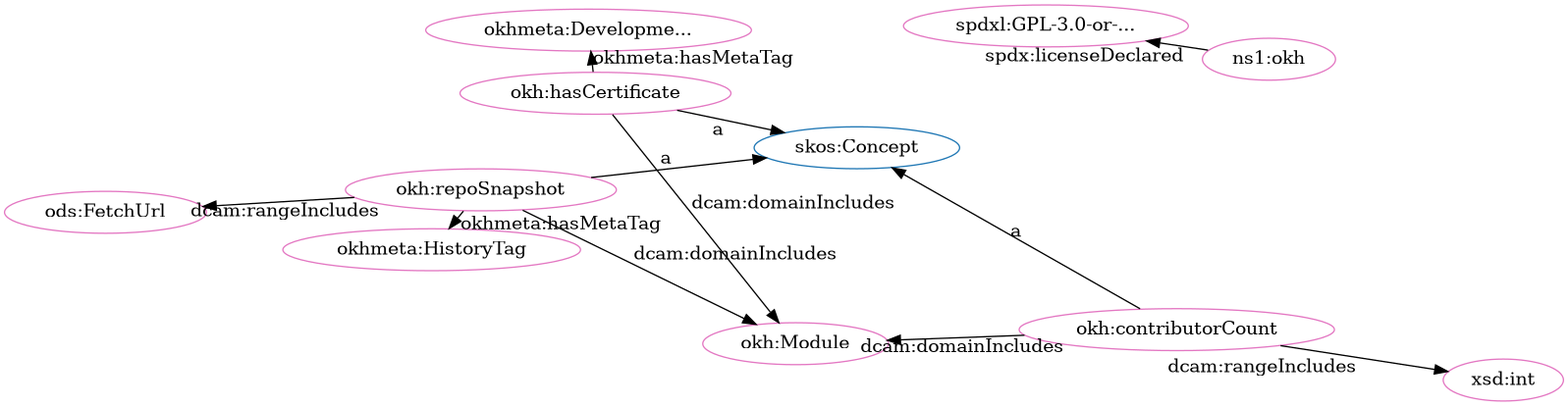
Before: src/spec/dot_okh_proposed-clean.png, a diagram exported from Graphviz (iop-alliance/OpenKnowHow). Its source is kept beside it as src/spec/dot_okh_proposed-clean.dot.
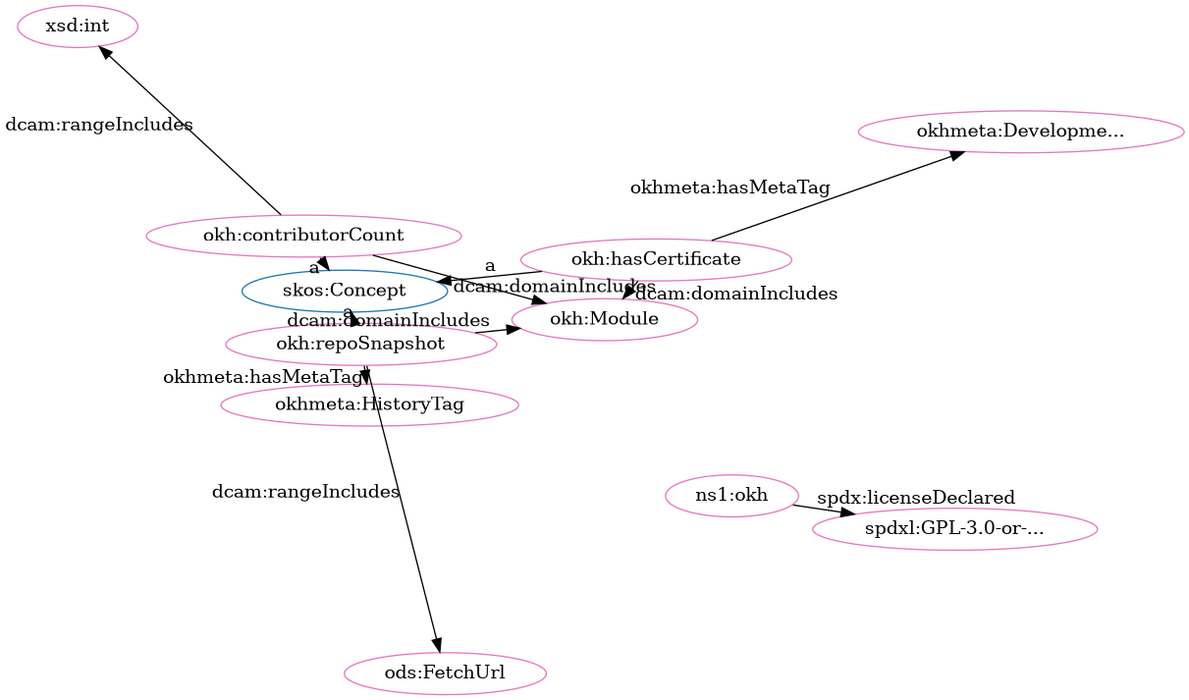
The same diagram one commit later.

Diff of the diagram source:
```diff
@@ -2,25 +2,25 @@
   rankdir=BT
   node[height=.3]
 "http://www.w3.org/2004/02/skos/core#Concept" [fillcolor="#1f77b4" color="#1f77b4" label="skos:Concept"]
-"http://w3id.org/oseg/ont/ods#FetchUrl" [fillcolor="#e377c2" color="#e377c2" label="ods:FetchUrl"]
-"http://w3id.org/oseg/ont/okhmeta#HistoryTag" [fillcolor="#e377c2" color="#e377c2" label="okhmeta:HistoryTag"]
+"http://w3id.org/oseg/ont/okhmeta#DevelopmentTag" [fillcolor="#e377c2" color="#e377c2" label="okhmeta:Developme..."]
+"http://w3id.org/oseg/ont/okh#repoSnapshot" [fillcolor="#e377c2" color="#e377c2" label="okh:repoSnapshot"]
+"http://w3id.org/oseg/ont/okh#Module" [fillcolor="#e377c2" color="#e377c2" label="okh:Module"]
 "http://w3id.org/oseg/ont/okh#hasCertificate" [fillcolor="#e377c2" color="#e377c2" label="okh:hasCertificate"]
 "http://w3id.org/oseg/ont/okh#contributorCount" [fillcolor="#e377c2" color="#e377c2" label="okh:contributorCount"]
-"http://w3id.org/oseg/ont/okh#repoSnapshot" [fillcolor="#e377c2" color="#e377c2" label="okh:repoSnapshot"]
-"http://w3id.org/oseg/ont/okhmeta#DevelopmentTag" [fillcolor="#e377c2" color="#e377c2" label="okhmeta:Developme..."]
-"http://w3id.org/oseg/ont/okh#Module" [fillcolor="#e377c2" color="#e377c2" label="okh:Module"]
+"http://w3id.org/oseg/ont/okh" [fillcolor="#e377c2" color="#e377c2" label="ns1:okh"]
+"http://w3id.org/oseg/ont/okhmeta#HistoryTag" [fillcolor="#e377c2" color="#e377c2" label="okhmeta:HistoryTag"]
+"http://w3id.org/oseg/ont/ods#FetchUrl" [fillcolor="#e377c2" color="#e377c2" label="ods:FetchUrl"]
+"http://spdx.org/licenses/GPL-3.0-or-later" [fillcolor="#e377c2" color="#e377c2" label="spdxl:GPL-3.0-or-..."]
 "http://www.w3.org/2001/XMLSchema#int" [fillcolor="#e377c2" color="#e377c2" label="xsd:int"]
-"http://spdx.org/licenses/GPL-3.0-or-later" [fillcolor="#e377c2" color="#e377c2" label="spdxl:GPL-3.0-or-..."]
-"http://w3id.org/oseg/ont/okh" [fillcolor="#e377c2" color="#e377c2" label="ns1:okh"]
   "http://w3id.org/oseg/ont/okh#repoSnapshot" -> "http://w3id.org/oseg/ont/ods#FetchUrl" [label="dcam:rangeIncludes"]
+  "http://w3id.org/oseg/ont/okh" -> "http://spdx.org/licenses/GPL-3.0-or-later" [label="spdx:licenseDeclared"]
+  "http://w3id.org/oseg/ont/okh#contributorCount" -> "http://www.w3.org/2004/02/skos/core#Concept" [label="a"]
+  "http://w3id.org/oseg/ont/okh#hasCertificate" -> "http://w3id.org/oseg/ont/okhmeta#DevelopmentTag" [label="okhmeta:hasMetaTag"]
+  "http://w3id.org/oseg/ont/okh#contributorCount" -> "http://w3id.org/oseg/ont/okh#Module" [label="dcam:domainIncludes"]
+  "http://w3id.org/oseg/ont/okh#hasCertificate" -> "http://www.w3.org/2004/02/skos/core#Concept" [label="a"]
+  "http://w3id.org/oseg/ont/okh#repoSnapshot" -> "http://www.w3.org/2004/02/skos/core#Concept" [label="a"]
+  "http://w3id.org/oseg/ont/okh#hasCertificate" -> "http://w3id.org/oseg/ont/okh#Module" [label="dcam:domainIncludes"]
+  "http://w3id.org/oseg/ont/okh#repoSnapshot" -> "http://w3id.org/oseg/ont/okh#Module" [label="dcam:domainIncludes"]
   "http://w3id.org/oseg/ont/okh#repoSnapshot" -> "http://w3id.org/oseg/ont/okhmeta#HistoryTag" [label="okhmeta:hasMetaTag"]
-  "http://w3id.org/oseg/ont/okh#repoSnapshot" -> "http://www.w3.org/2004/02/skos/core#Concept" [label="a"]
-  "http://w3id.org/oseg/ont/okh#hasCertificate" -> "http://w3id.org/oseg/ont/okhmeta#DevelopmentTag" [label="okhmeta:hasMetaTag"]
-  "http://w3id.org/oseg/ont/okh#repoSnapshot" -> "http://w3id.org/oseg/ont/okh#Module" [label="dcam:domainIncludes"]
-  "http://w3id.org/oseg/ont/okh" -> "http://spdx.org/licenses/GPL-3.0-or-later" [label="spdx:licenseDeclared"]
-  "http://w3id.org/oseg/ont/okh#hasCertificate" -> "http://w3id.org/oseg/ont/okh#Module" [label="dcam:domainIncludes"]
-  "http://w3id.org/oseg/ont/okh#hasCertificate" -> "http://www.w3.org/2004/02/skos/core#Concept" [label="a"]
   "http://w3id.org/oseg/ont/okh#contributorCount" -> "http://www.w3.org/2001/XMLSchema#int" [label="dcam:rangeIncludes"]
-  "http://w3id.org/oseg/ont/okh#contributorCount" -> "http://w3id.org/oseg/ont/okh#Module" [label="dcam:domainIncludes"]
-  "http://w3id.org/oseg/ont/okh#contributorCount" -> "http://www.w3.org/2004/02/skos/core#Concept" [label="a"]
 }
```
